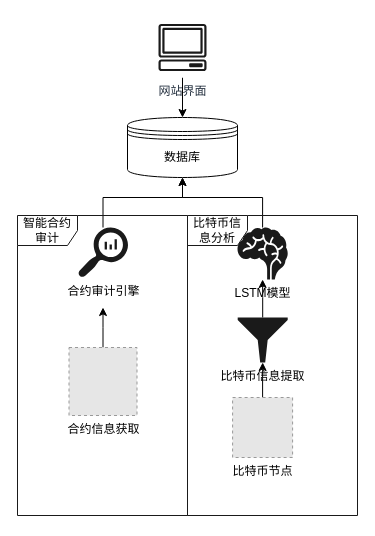
wang2gua/test keeps this draw.io diagram as Constructuon.drawio. Above is the earlier version. Source tidied: cells renumbered, new cells numbered last; positions are measured from the earlier drawing's top-left corner, leaving out a move shared by most shapes. Both pictures are drawn from the tidied source at 100%, with x=0, y=0 at pixel (17, 17). Pictures stored in the file or linked from it are replaced by grey dashed boxes.
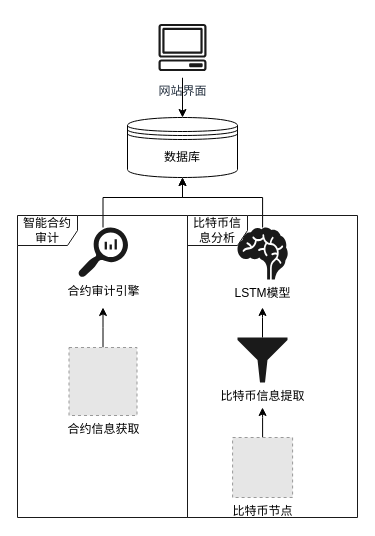
Above is the later version.

The change refers to these unchanged cells:
```xml
<mxCell id="8" value="LSTM模型" style="shape=mxgraph.signs.healthcare.brain;html=1;strokeColor=none;verticalLabelPosition=bottom;verticalAlign=top;align=center;fillColor=#1A1A1A;" parent="1" vertex="1">
  <mxGeometry x="220" y="210" width="50.2" height="52" as="geometry" />
</mxCell>
```

The edit, as a diff of the source:
```diff
@@
-    <mxCell id="5" style="edgeStyle=orthogonalEdgeStyle;rounded=0;jettySize=auto;html=1;" parent="1" edge="1" source="6" target="14">
-      <mxGeometry relative="1" as="geometry" />
+    <mxCell id="5" style="edgeStyle=orthogonalEdgeStyle;rounded=0;jettySize=auto;html=1;" parent="1" edge="1" source="6">
+      <mxGeometry relative="1" as="geometry">
+        <mxPoint x="245" y="390" as="targetPoint" />
+      </mxGeometry>
     </mxCell>
     <mxCell id="6" value="比特币节点" style="fillColor=#E6E6E6;strokeColor=#999999;dashed=1;html=1;verticalAlign=top;verticalLabelPosition=bottom;labelBackgroundColor=#ffffff;" parent="1" vertex="1">
-      <mxGeometry x="215.1" y="380" width="60" height="60" as="geometry" />
+      <mxGeometry x="215.1" y="420" width="60" height="60" as="geometry" />
     </mxCell>
@@
-    <mxCell id="13" style="edgeStyle=orthogonalEdgeStyle;rounded=0;jettySize=auto;html=1;" parent="1" edge="1" source="14" target="8">
-      <mxGeometry relative="1" as="geometry" />
+    <mxCell id="13" style="edgeStyle=orthogonalEdgeStyle;rounded=0;jettySize=auto;html=1;" parent="1" edge="1" source="14">
+      <mxGeometry relative="1" as="geometry">
+        <mxPoint x="245" y="290" as="targetPoint" />
+      </mxGeometry>
     </mxCell>
     <mxCell id="14" value="比特币信息提取" style="shadow=0;dashed=0;html=1;strokeColor=none;labelPosition=center;verticalLabelPosition=bottom;verticalAlign=top;align=center;shape=mxgraph.mscae.enterprise.filter;fillColor=#1A1A1A;" parent="1" vertex="1">
-      <mxGeometry x="220.2" y="300" width="50" height="45" as="geometry" />
+      <mxGeometry x="220" y="320" width="50" height="45" as="geometry" />
     </mxCell>
     <mxCell id="15" value="智能合约审计" style="shape=umlFrame;whiteSpace=wrap;html=1;strokeColor=#1A1A1A;fillColor=#FFFFFF;" parent="1" vertex="1">
-      <mxGeometry y="198" width="170" height="300" as="geometry" />
+      <mxGeometry y="198" width="170" height="302" as="geometry" />
     </mxCell>
     <mxCell id="16" value="比特币信息分析" style="shape=umlFrame;whiteSpace=wrap;html=1;strokeColor=#1A1A1A;fillColor=#FFFFFF;" parent="1" vertex="1">
-      <mxGeometry x="170" y="198" width="170" height="300" as="geometry" />
+      <mxGeometry x="170" y="198" width="170" height="302" as="geometry" />
     </mxCell>
```
